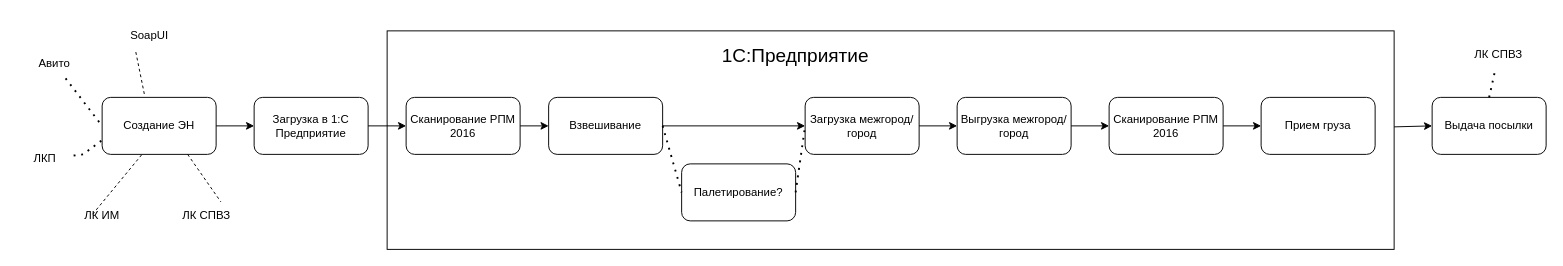
Before: page "Страница — 1" (1 of 2) of Диаграмма без названия.drawio in FoggyDisaster/BusinestAnalystDraw, a draw.io diagram. Source tidied: cells renumbered, new cells numbered last; positions are measured from the earlier drawing's top-left corner, leaving out a move shared by most shapes. Both pictures are drawn from the tidied source at 95%, with x=0, y=0 at pixel (16, 21).
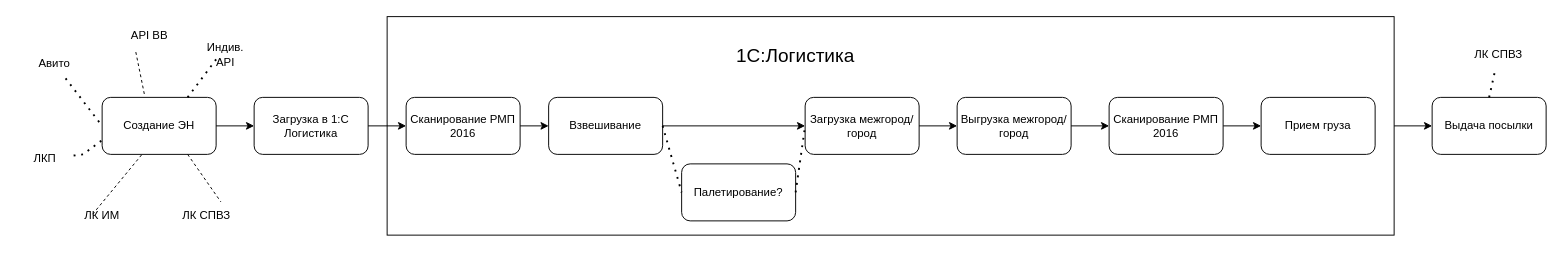
Above is the later version.

The change refers to these unchanged cells:
```xml
<mxCell id="2" value="Создание ЭН" style="rounded=1;whiteSpace=wrap;html=1;" parent="1" vertex="1">
  <mxGeometry x="90" y="80" width="120" height="60" as="geometry" />
</mxCell>
```

Change to the diagram source:
```diff
@@
-    <mxCell id="3" value="SoapUI" style="text;html=1;align=center;verticalAlign=middle;whiteSpace=wrap;rounded=0;" parent="1" vertex="1">
+    <mxCell id="3" value="API BB" style="text;html=1;align=center;verticalAlign=middle;whiteSpace=wrap;rounded=0;" parent="1" vertex="1">
       <mxGeometry x="110" width="60" height="30" as="geometry" />
     </mxCell>
@@
-    <mxCell id="6" value="Загрузка в 1:С Предприятие" style="rounded=1;whiteSpace=wrap;html=1;" parent="1" vertex="1">
+    <mxCell id="6" value="Загрузка в 1:С Логистика" style="rounded=1;whiteSpace=wrap;html=1;" parent="1" vertex="1">
       <mxGeometry x="250" y="80" width="120" height="60" as="geometry" />
     </mxCell>
-    <mxCell id="7" value="Сканирование РПМ 2016" style="rounded=1;whiteSpace=wrap;html=1;" parent="1" vertex="1">
+    <mxCell id="7" value="Сканирование РМП 2016" style="rounded=1;whiteSpace=wrap;html=1;" parent="1" vertex="1">
       <mxGeometry x="410" y="80" width="120" height="60" as="geometry" />
     </mxCell>
@@
-    <mxCell id="25" value="Сканирование РПМ 2016" style="rounded=1;whiteSpace=wrap;html=1;" parent="1" vertex="1">
+    <mxCell id="25" value="Сканирование РМП 2016" style="rounded=1;whiteSpace=wrap;html=1;" parent="1" vertex="1">
       <mxGeometry x="1150" y="80" width="120" height="60" as="geometry" />
     </mxCell>
     <mxCell id="26" style="rounded=0;whiteSpace=wrap;html=1;fillColor=none;" parent="1" vertex="1">
-      <mxGeometry x="390" y="10" width="1060" height="230" as="geometry" />
+      <mxGeometry x="390" y="-5" width="1060" height="230" as="geometry" />
     </mxCell>
-    <mxCell id="27" value="&lt;font style=&quot;font-size: 20px;&quot;&gt;1С:Предприятие&lt;/font&gt;" style="text;html=1;align=center;verticalAlign=middle;whiteSpace=wrap;rounded=0;strokeWidth=3;" parent="1" vertex="1">
+    <mxCell id="27" value="&lt;font style=&quot;font-size: 20px;&quot;&gt;1С:Логистика&lt;/font&gt;" style="text;html=1;align=center;verticalAlign=middle;whiteSpace=wrap;rounded=0;strokeWidth=3;" parent="1" vertex="1">
       <mxGeometry x="730" y="10" width="180" height="50" as="geometry" />
     </mxCell>
@@
+    <mxCell id="36" value="Индив. API" style="text;html=1;align=center;verticalAlign=middle;whiteSpace=wrap;rounded=0;" parent="1" vertex="1">
+      <mxGeometry x="190" y="20" width="60" height="30" as="geometry" />
+    </mxCell>
+    <mxCell id="37" style="endArrow=none;dashed=1;html=1;dashPattern=1 3;strokeWidth=2;rounded=0;exitX=0.75;exitY=0;exitDx=0;exitDy=0;" parent="1" edge="1" source="2">
+      <mxGeometry relative="1" as="geometry">
+        <mxPoint x="210" y="40" as="targetPoint" />
+      </mxGeometry>
+    </mxCell>
```
